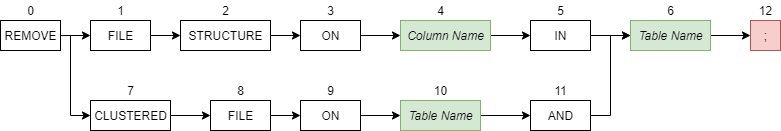
The draw.io diagram src/files/assets/helpscreen/RemoveFileStructureDiagram.png in DeliciousWaffle/MastersProject, before a commit. Source tidied: cells renumbered, new cells last; positions are measured from the earlier drawing's top-left corner, leaving out a move shared by most shapes. The source it was exported from:
```xml
<mxGraphModel>
  <root>
    <mxCell id="0" />
    <mxCell id="1" parent="0" />
    <mxCell id="2" style="edgeStyle=orthogonalEdgeStyle;rounded=0;jettySize=auto;html=1;exitX=1;exitY=0.5;exitDx=0;exitDy=0;entryX=0;entryY=0.5;entryDx=0;entryDy=0;entryPerimeter=0;" parent="1" edge="1" source="4" target="12">
      <mxGeometry relative="1" as="geometry" />
    </mxCell>
    <mxCell id="3" style="edgeStyle=orthogonalEdgeStyle;rounded=0;jettySize=auto;html=1;exitX=1;exitY=0.5;exitDx=0;exitDy=0;entryX=0;entryY=0.5;entryDx=0;entryDy=0;" parent="1" edge="1" source="4" target="27">
      <mxGeometry relative="1" as="geometry">
        <Array as="points">
          <mxPoint x="70" y="35" />
          <mxPoint x="70" y="115" />
        </Array>
      </mxGeometry>
    </mxCell>
    <mxCell id="4" value="REMOVE" style="html=1;" parent="1" vertex="1">
      <mxGeometry y="20" width="60" height="30" as="geometry" />
    </mxCell>
    <mxCell id="5" value="0" style="text;html=1;align=center;verticalAlign=middle;" parent="1" vertex="1">
      <mxGeometry x="20" width="20" height="20" as="geometry" />
    </mxCell>
    <mxCell id="6" value=";" style="html=1;fillColor=#f8cecc;strokeColor=#b85450;" parent="1" vertex="1">
      <mxGeometry x="750" y="20" width="30" height="30" as="geometry" />
    </mxCell>
    <mxCell id="7" value="12" style="text;html=1;align=center;verticalAlign=middle;" parent="1" vertex="1">
      <mxGeometry x="750" width="30" height="20" as="geometry" />
    </mxCell>
    <mxCell id="8" style="edgeStyle=orthogonalEdgeStyle;rounded=0;jettySize=auto;html=1;exitX=1;exitY=0.5;exitDx=0;exitDy=0;entryX=0;entryY=0.5;entryDx=0;entryDy=0;" parent="1" edge="1" source="9" target="22">
      <mxGeometry relative="1" as="geometry" />
    </mxCell>
    <mxCell id="9" value="&lt;i&gt;Column Name&lt;/i&gt;" style="html=1;fillColor=#d5e8d4;strokeColor=#82b366;" parent="1" vertex="1">
      <mxGeometry x="400" y="20" width="90" height="30" as="geometry" />
    </mxCell>
    <mxCell id="10" value="4" style="text;html=1;align=center;verticalAlign=middle;" parent="1" vertex="1">
      <mxGeometry x="430" width="20" height="20" as="geometry" />
    </mxCell>
    <mxCell id="11" style="edgeStyle=orthogonalEdgeStyle;rounded=0;jettySize=auto;html=1;exitX=1;exitY=0.5;exitDx=0;exitDy=0;" parent="1" edge="1" source="12" target="16">
      <mxGeometry relative="1" as="geometry" />
    </mxCell>
    <mxCell id="12" value="FILE" style="html=1;" parent="1" vertex="1">
      <mxGeometry x="90" y="20" width="60" height="30" as="geometry" />
    </mxCell>
    <mxCell id="13" style="edgeStyle=orthogonalEdgeStyle;rounded=0;jettySize=auto;html=1;exitX=1;exitY=0.5;exitDx=0;exitDy=0;entryX=0;entryY=0.5;entryDx=0;entryDy=0;" parent="1" edge="1" source="14" target="6">
      <mxGeometry relative="1" as="geometry" />
    </mxCell>
    <mxCell id="14" value="&lt;i&gt;Table Name&lt;/i&gt;" style="html=1;fillColor=#d5e8d4;strokeColor=#82b366;" parent="1" vertex="1">
      <mxGeometry x="630" y="20" width="80" height="30" as="geometry" />
    </mxCell>
    <mxCell id="15" style="edgeStyle=orthogonalEdgeStyle;rounded=0;jettySize=auto;html=1;exitX=1;exitY=0.5;exitDx=0;exitDy=0;entryX=0;entryY=0.5;entryDx=0;entryDy=0;" parent="1" edge="1" source="16" target="20">
      <mxGeometry relative="1" as="geometry" />
    </mxCell>
    <mxCell id="16" value="STRUCTURE" style="html=1;" parent="1" vertex="1">
      <mxGeometry x="180" y="20" width="90" height="30" as="geometry" />
    </mxCell>
    <mxCell id="17" value="3" style="text;html=1;align=center;verticalAlign=middle;" parent="1" vertex="1">
      <mxGeometry x="320" width="20" height="20" as="geometry" />
    </mxCell>
    <mxCell id="18" value="1" style="text;html=1;align=center;verticalAlign=middle;" parent="1" vertex="1">
      <mxGeometry x="110" width="20" height="20" as="geometry" />
    </mxCell>
    <mxCell id="19" style="edgeStyle=orthogonalEdgeStyle;rounded=0;jettySize=auto;html=1;exitX=1;exitY=0.5;exitDx=0;exitDy=0;entryX=0;entryY=0.5;entryDx=0;entryDy=0;" parent="1" edge="1" source="20" target="9">
      <mxGeometry relative="1" as="geometry" />
    </mxCell>
    <mxCell id="20" value="ON" style="html=1;" parent="1" vertex="1">
      <mxGeometry x="300" y="20" width="60" height="30" as="geometry" />
    </mxCell>
    <mxCell id="21" style="edgeStyle=orthogonalEdgeStyle;rounded=0;jettySize=auto;html=1;exitX=1;exitY=0.5;exitDx=0;exitDy=0;entryX=0;entryY=0.5;entryDx=0;entryDy=0;" parent="1" edge="1" source="22" target="14">
      <mxGeometry relative="1" as="geometry" />
    </mxCell>
    <mxCell id="22" value="IN" style="html=1;" parent="1" vertex="1">
      <mxGeometry x="530" y="20" width="60" height="30" as="geometry" />
    </mxCell>
    <mxCell id="23" value="5" style="text;html=1;align=center;verticalAlign=middle;" parent="1" vertex="1">
      <mxGeometry x="550" width="20" height="20" as="geometry" />
    </mxCell>
    <mxCell id="24" value="2" style="text;html=1;align=center;verticalAlign=middle;" parent="1" vertex="1">
      <mxGeometry x="215" width="20" height="20" as="geometry" />
    </mxCell>
    <mxCell id="25" value="6" style="text;html=1;align=center;verticalAlign=middle;" parent="1" vertex="1">
      <mxGeometry x="660" width="20" height="20" as="geometry" />
    </mxCell>
    <mxCell id="26" style="edgeStyle=orthogonalEdgeStyle;rounded=0;jettySize=auto;html=1;exitX=1;exitY=0.5;exitDx=0;exitDy=0;entryX=0;entryY=0.5;entryDx=0;entryDy=0;" parent="1" edge="1" source="27" target="30">
      <mxGeometry relative="1" as="geometry" />
    </mxCell>
    <mxCell id="27" value="CLUSTERED" style="html=1;" parent="1" vertex="1">
      <mxGeometry x="90" y="100" width="80" height="30" as="geometry" />
    </mxCell>
    <mxCell id="28" value="7" style="text;html=1;align=center;verticalAlign=middle;" parent="1" vertex="1">
      <mxGeometry x="120" y="80" width="20" height="20" as="geometry" />
    </mxCell>
    <mxCell id="29" style="edgeStyle=orthogonalEdgeStyle;rounded=0;jettySize=auto;html=1;exitX=1;exitY=0.5;exitDx=0;exitDy=0;" parent="1" edge="1" source="30" target="34">
      <mxGeometry relative="1" as="geometry" />
    </mxCell>
    <mxCell id="30" value="FILE" style="html=1;" parent="1" vertex="1">
      <mxGeometry x="210" y="100" width="60" height="30" as="geometry" />
    </mxCell>
    <mxCell id="31" value="8" style="text;html=1;align=center;verticalAlign=middle;" parent="1" vertex="1">
      <mxGeometry x="230" y="80" width="20" height="20" as="geometry" />
    </mxCell>
    <mxCell id="32" value="9" style="text;html=1;align=center;verticalAlign=middle;" parent="1" vertex="1">
      <mxGeometry x="320" y="80" width="20" height="20" as="geometry" />
    </mxCell>
    <mxCell id="33" style="edgeStyle=orthogonalEdgeStyle;rounded=0;jettySize=auto;html=1;exitX=1;exitY=0.5;exitDx=0;exitDy=0;entryX=0;entryY=0.5;entryDx=0;entryDy=0;" parent="1" edge="1" source="34" target="36">
      <mxGeometry relative="1" as="geometry" />
    </mxCell>
    <mxCell id="34" value="ON" style="html=1;" parent="1" vertex="1">
      <mxGeometry x="300" y="100" width="60" height="30" as="geometry" />
    </mxCell>
    <mxCell id="35" style="edgeStyle=orthogonalEdgeStyle;rounded=0;jettySize=auto;html=1;exitX=1;exitY=0.5;exitDx=0;exitDy=0;entryX=0;entryY=0.5;entryDx=0;entryDy=0;" parent="1" edge="1" source="36" target="39">
      <mxGeometry relative="1" as="geometry" />
    </mxCell>
    <mxCell id="36" value="&lt;i&gt;Table Name&lt;/i&gt;" style="html=1;fillColor=#d5e8d4;strokeColor=#82b366;" parent="1" vertex="1">
      <mxGeometry x="400" y="100" width="80" height="30" as="geometry" />
    </mxCell>
    <mxCell id="37" value="10" style="text;html=1;align=center;verticalAlign=middle;" parent="1" vertex="1">
      <mxGeometry x="425" y="80" width="30" height="20" as="geometry" />
    </mxCell>
    <mxCell id="38" style="edgeStyle=orthogonalEdgeStyle;rounded=0;jettySize=auto;html=1;exitX=1;exitY=0.5;exitDx=0;exitDy=0;entryX=0;entryY=0.5;entryDx=0;entryDy=0;" parent="1" edge="1" source="39" target="14">
      <mxGeometry relative="1" as="geometry" />
    </mxCell>
    <mxCell id="39" value="AND" style="html=1;" parent="1" vertex="1">
      <mxGeometry x="530" y="100" width="60" height="30" as="geometry" />
    </mxCell>
    <mxCell id="40" value="11" style="text;html=1;align=center;verticalAlign=middle;" parent="1" vertex="1">
      <mxGeometry x="545" y="80" width="30" height="20" as="geometry" />
    </mxCell>
  </root>
</mxGraphModel>
```
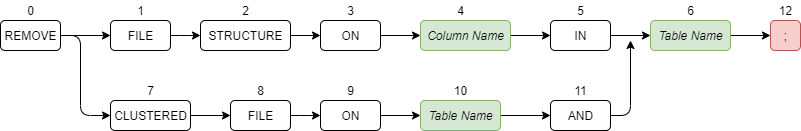
Above is the later version.

What changed in the source:
```diff
@@ -2,126 +2,128 @@
   <root>
     <mxCell id="0" />
     <mxCell id="1" parent="0" />
-    <mxCell id="2" style="edgeStyle=orthogonalEdgeStyle;rounded=0;jettySize=auto;html=1;exitX=1;exitY=0.5;exitDx=0;exitDy=0;entryX=0;entryY=0.5;entryDx=0;entryDy=0;entryPerimeter=0;" parent="1" edge="1" source="4" target="12">
+    <mxCell id="2" style="edgeStyle=orthogonalEdgeStyle;jettySize=auto;html=1;exitX=1;exitY=0.5;exitDx=0;exitDy=0;entryX=0;entryY=0.5;entryDx=0;entryDy=0;entryPerimeter=0;" parent="1" edge="1" source="4" target="12">
       <mxGeometry relative="1" as="geometry" />
     </mxCell>
-    <mxCell id="3" style="edgeStyle=orthogonalEdgeStyle;rounded=0;jettySize=auto;html=1;exitX=1;exitY=0.5;exitDx=0;exitDy=0;entryX=0;entryY=0.5;entryDx=0;entryDy=0;" parent="1" edge="1" source="4" target="27">
+    <mxCell id="3" style="edgeStyle=orthogonalEdgeStyle;jettySize=auto;html=1;exitX=1;exitY=0.5;exitDx=0;exitDy=0;entryX=0;entryY=0.5;entryDx=0;entryDy=0;" parent="1" edge="1" source="4" target="27">
       <mxGeometry relative="1" as="geometry">
         <Array as="points">
-          <mxPoint x="70" y="35" />
-          <mxPoint x="70" y="115" />
+          <mxPoint x="60" y="35" />
+          <mxPoint x="60" y="115" />
         </Array>
       </mxGeometry>
     </mxCell>
-    <mxCell id="4" value="REMOVE" style="html=1;" parent="1" vertex="1">
-      <mxGeometry y="20" width="60" height="30" as="geometry" />
+    <mxCell id="4" value="REMOVE" style="html=1;rounded=1;" parent="1" vertex="1">
+      <mxGeometry x="-20" y="20" width="60" height="30" as="geometry" />
     </mxCell>
-    <mxCell id="5" value="0" style="text;html=1;align=center;verticalAlign=middle;" parent="1" vertex="1">
-      <mxGeometry x="20" width="20" height="20" as="geometry" />
+    <mxCell id="5" value="0" style="text;html=1;align=center;verticalAlign=middle;rounded=1;" parent="1" vertex="1">
+      <mxGeometry width="20" height="20" as="geometry" />
     </mxCell>
-    <mxCell id="6" value=";" style="html=1;fillColor=#f8cecc;strokeColor=#b85450;" parent="1" vertex="1">
+    <mxCell id="6" value=";" style="html=1;fillColor=#f8cecc;strokeColor=#b85450;rounded=1;" parent="1" vertex="1">
       <mxGeometry x="750" y="20" width="30" height="30" as="geometry" />
     </mxCell>
-    <mxCell id="7" value="12" style="text;html=1;align=center;verticalAlign=middle;" parent="1" vertex="1">
+    <mxCell id="7" value="12" style="text;html=1;align=center;verticalAlign=middle;rounded=1;" parent="1" vertex="1">
       <mxGeometry x="750" width="30" height="20" as="geometry" />
     </mxCell>
-    <mxCell id="8" style="edgeStyle=orthogonalEdgeStyle;rounded=0;jettySize=auto;html=1;exitX=1;exitY=0.5;exitDx=0;exitDy=0;entryX=0;entryY=0.5;entryDx=0;entryDy=0;" parent="1" edge="1" source="9" target="22">
+    <mxCell id="8" style="edgeStyle=orthogonalEdgeStyle;jettySize=auto;html=1;exitX=1;exitY=0.5;exitDx=0;exitDy=0;entryX=0;entryY=0.5;entryDx=0;entryDy=0;" parent="1" edge="1" source="9" target="22">
       <mxGeometry relative="1" as="geometry" />
     </mxCell>
-    <mxCell id="9" value="&lt;i&gt;Column Name&lt;/i&gt;" style="html=1;fillColor=#d5e8d4;strokeColor=#82b366;" parent="1" vertex="1">
+    <mxCell id="9" value="&lt;i&gt;Column Name&lt;/i&gt;" style="html=1;fillColor=#d5e8d4;strokeColor=#82b366;rounded=1;" parent="1" vertex="1">
       <mxGeometry x="400" y="20" width="90" height="30" as="geometry" />
     </mxCell>
-    <mxCell id="10" value="4" style="text;html=1;align=center;verticalAlign=middle;" parent="1" vertex="1">
+    <mxCell id="10" value="4" style="text;html=1;align=center;verticalAlign=middle;rounded=1;" parent="1" vertex="1">
       <mxGeometry x="430" width="20" height="20" as="geometry" />
     </mxCell>
-    <mxCell id="11" style="edgeStyle=orthogonalEdgeStyle;rounded=0;jettySize=auto;html=1;exitX=1;exitY=0.5;exitDx=0;exitDy=0;" parent="1" edge="1" source="12" target="16">
+    <mxCell id="11" style="edgeStyle=orthogonalEdgeStyle;jettySize=auto;html=1;exitX=1;exitY=0.5;exitDx=0;exitDy=0;" parent="1" edge="1" source="12" target="16">
       <mxGeometry relative="1" as="geometry" />
     </mxCell>
-    <mxCell id="12" value="FILE" style="html=1;" parent="1" vertex="1">
+    <mxCell id="12" value="FILE" style="html=1;rounded=1;" parent="1" vertex="1">
       <mxGeometry x="90" y="20" width="60" height="30" as="geometry" />
     </mxCell>
-    <mxCell id="13" style="edgeStyle=orthogonalEdgeStyle;rounded=0;jettySize=auto;html=1;exitX=1;exitY=0.5;exitDx=0;exitDy=0;entryX=0;entryY=0.5;entryDx=0;entryDy=0;" parent="1" edge="1" source="14" target="6">
+    <mxCell id="13" style="edgeStyle=orthogonalEdgeStyle;jettySize=auto;html=1;exitX=1;exitY=0.5;exitDx=0;exitDy=0;entryX=0;entryY=0.5;entryDx=0;entryDy=0;" parent="1" edge="1" source="14" target="6">
       <mxGeometry relative="1" as="geometry" />
     </mxCell>
-    <mxCell id="14" value="&lt;i&gt;Table Name&lt;/i&gt;" style="html=1;fillColor=#d5e8d4;strokeColor=#82b366;" parent="1" vertex="1">
+    <mxCell id="14" value="&lt;i&gt;Table Name&lt;/i&gt;" style="html=1;fillColor=#d5e8d4;strokeColor=#82b366;rounded=1;" parent="1" vertex="1">
       <mxGeometry x="630" y="20" width="80" height="30" as="geometry" />
     </mxCell>
-    <mxCell id="15" style="edgeStyle=orthogonalEdgeStyle;rounded=0;jettySize=auto;html=1;exitX=1;exitY=0.5;exitDx=0;exitDy=0;entryX=0;entryY=0.5;entryDx=0;entryDy=0;" parent="1" edge="1" source="16" target="20">
+    <mxCell id="15" style="edgeStyle=orthogonalEdgeStyle;jettySize=auto;html=1;exitX=1;exitY=0.5;exitDx=0;exitDy=0;entryX=0;entryY=0.5;entryDx=0;entryDy=0;" parent="1" edge="1" source="16" target="20">
       <mxGeometry relative="1" as="geometry" />
     </mxCell>
-    <mxCell id="16" value="STRUCTURE" style="html=1;" parent="1" vertex="1">
+    <mxCell id="16" value="STRUCTURE" style="html=1;rounded=1;" parent="1" vertex="1">
       <mxGeometry x="180" y="20" width="90" height="30" as="geometry" />
     </mxCell>
-    <mxCell id="17" value="3" style="text;html=1;align=center;verticalAlign=middle;" parent="1" vertex="1">
+    <mxCell id="17" value="3" style="text;html=1;align=center;verticalAlign=middle;rounded=1;" parent="1" vertex="1">
       <mxGeometry x="320" width="20" height="20" as="geometry" />
     </mxCell>
-    <mxCell id="18" value="1" style="text;html=1;align=center;verticalAlign=middle;" parent="1" vertex="1">
+    <mxCell id="18" value="1" style="text;html=1;align=center;verticalAlign=middle;rounded=1;" parent="1" vertex="1">
       <mxGeometry x="110" width="20" height="20" as="geometry" />
     </mxCell>
-    <mxCell id="19" style="edgeStyle=orthogonalEdgeStyle;rounded=0;jettySize=auto;html=1;exitX=1;exitY=0.5;exitDx=0;exitDy=0;entryX=0;entryY=0.5;entryDx=0;entryDy=0;" parent="1" edge="1" source="20" target="9">
+    <mxCell id="19" style="edgeStyle=orthogonalEdgeStyle;jettySize=auto;html=1;exitX=1;exitY=0.5;exitDx=0;exitDy=0;entryX=0;entryY=0.5;entryDx=0;entryDy=0;" parent="1" edge="1" source="20" target="9">
       <mxGeometry relative="1" as="geometry" />
     </mxCell>
-    <mxCell id="20" value="ON" style="html=1;" parent="1" vertex="1">
+    <mxCell id="20" value="ON" style="html=1;rounded=1;" parent="1" vertex="1">
       <mxGeometry x="300" y="20" width="60" height="30" as="geometry" />
     </mxCell>
-    <mxCell id="21" style="edgeStyle=orthogonalEdgeStyle;rounded=0;jettySize=auto;html=1;exitX=1;exitY=0.5;exitDx=0;exitDy=0;entryX=0;entryY=0.5;entryDx=0;entryDy=0;" parent="1" edge="1" source="22" target="14">
+    <mxCell id="21" style="edgeStyle=orthogonalEdgeStyle;jettySize=auto;html=1;exitX=1;exitY=0.5;exitDx=0;exitDy=0;entryX=0;entryY=0.5;entryDx=0;entryDy=0;" parent="1" edge="1" source="22" target="14">
       <mxGeometry relative="1" as="geometry" />
     </mxCell>
-    <mxCell id="22" value="IN" style="html=1;" parent="1" vertex="1">
+    <mxCell id="22" value="IN" style="html=1;rounded=1;" parent="1" vertex="1">
       <mxGeometry x="530" y="20" width="60" height="30" as="geometry" />
     </mxCell>
-    <mxCell id="23" value="5" style="text;html=1;align=center;verticalAlign=middle;" parent="1" vertex="1">
+    <mxCell id="23" value="5" style="text;html=1;align=center;verticalAlign=middle;rounded=1;" parent="1" vertex="1">
       <mxGeometry x="550" width="20" height="20" as="geometry" />
     </mxCell>
-    <mxCell id="24" value="2" style="text;html=1;align=center;verticalAlign=middle;" parent="1" vertex="1">
+    <mxCell id="24" value="2" style="text;html=1;align=center;verticalAlign=middle;rounded=1;" parent="1" vertex="1">
       <mxGeometry x="215" width="20" height="20" as="geometry" />
     </mxCell>
-    <mxCell id="25" value="6" style="text;html=1;align=center;verticalAlign=middle;" parent="1" vertex="1">
+    <mxCell id="25" value="6" style="text;html=1;align=center;verticalAlign=middle;rounded=1;" parent="1" vertex="1">
       <mxGeometry x="660" width="20" height="20" as="geometry" />
     </mxCell>
-    <mxCell id="26" style="edgeStyle=orthogonalEdgeStyle;rounded=0;jettySize=auto;html=1;exitX=1;exitY=0.5;exitDx=0;exitDy=0;entryX=0;entryY=0.5;entryDx=0;entryDy=0;" parent="1" edge="1" source="27" target="30">
+    <mxCell id="26" style="edgeStyle=orthogonalEdgeStyle;jettySize=auto;html=1;exitX=1;exitY=0.5;exitDx=0;exitDy=0;entryX=0;entryY=0.5;entryDx=0;entryDy=0;" parent="1" edge="1" source="27" target="30">
       <mxGeometry relative="1" as="geometry" />
     </mxCell>
-    <mxCell id="27" value="CLUSTERED" style="html=1;" parent="1" vertex="1">
+    <mxCell id="27" value="CLUSTERED" style="html=1;rounded=1;" parent="1" vertex="1">
       <mxGeometry x="90" y="100" width="80" height="30" as="geometry" />
     </mxCell>
-    <mxCell id="28" value="7" style="text;html=1;align=center;verticalAlign=middle;" parent="1" vertex="1">
+    <mxCell id="28" value="7" style="text;html=1;align=center;verticalAlign=middle;rounded=1;" parent="1" vertex="1">
       <mxGeometry x="120" y="80" width="20" height="20" as="geometry" />
     </mxCell>
-    <mxCell id="29" style="edgeStyle=orthogonalEdgeStyle;rounded=0;jettySize=auto;html=1;exitX=1;exitY=0.5;exitDx=0;exitDy=0;" parent="1" edge="1" source="30" target="34">
+    <mxCell id="29" style="edgeStyle=orthogonalEdgeStyle;jettySize=auto;html=1;exitX=1;exitY=0.5;exitDx=0;exitDy=0;" parent="1" edge="1" source="30" target="34">
       <mxGeometry relative="1" as="geometry" />
     </mxCell>
-    <mxCell id="30" value="FILE" style="html=1;" parent="1" vertex="1">
+    <mxCell id="30" value="FILE" style="html=1;rounded=1;" parent="1" vertex="1">
       <mxGeometry x="210" y="100" width="60" height="30" as="geometry" />
     </mxCell>
-    <mxCell id="31" value="8" style="text;html=1;align=center;verticalAlign=middle;" parent="1" vertex="1">
+    <mxCell id="31" value="8" style="text;html=1;align=center;verticalAlign=middle;rounded=1;" parent="1" vertex="1">
       <mxGeometry x="230" y="80" width="20" height="20" as="geometry" />
     </mxCell>
-    <mxCell id="32" value="9" style="text;html=1;align=center;verticalAlign=middle;" parent="1" vertex="1">
+    <mxCell id="32" value="9" style="text;html=1;align=center;verticalAlign=middle;rounded=1;" parent="1" vertex="1">
       <mxGeometry x="320" y="80" width="20" height="20" as="geometry" />
     </mxCell>
-    <mxCell id="33" style="edgeStyle=orthogonalEdgeStyle;rounded=0;jettySize=auto;html=1;exitX=1;exitY=0.5;exitDx=0;exitDy=0;entryX=0;entryY=0.5;entryDx=0;entryDy=0;" parent="1" edge="1" source="34" target="36">
+    <mxCell id="33" style="edgeStyle=orthogonalEdgeStyle;jettySize=auto;html=1;exitX=1;exitY=0.5;exitDx=0;exitDy=0;entryX=0;entryY=0.5;entryDx=0;entryDy=0;" parent="1" edge="1" source="34" target="36">
       <mxGeometry relative="1" as="geometry" />
     </mxCell>
-    <mxCell id="34" value="ON" style="html=1;" parent="1" vertex="1">
+    <mxCell id="34" value="ON" style="html=1;rounded=1;" parent="1" vertex="1">
       <mxGeometry x="300" y="100" width="60" height="30" as="geometry" />
     </mxCell>
-    <mxCell id="35" style="edgeStyle=orthogonalEdgeStyle;rounded=0;jettySize=auto;html=1;exitX=1;exitY=0.5;exitDx=0;exitDy=0;entryX=0;entryY=0.5;entryDx=0;entryDy=0;" parent="1" edge="1" source="36" target="39">
+    <mxCell id="35" style="edgeStyle=orthogonalEdgeStyle;jettySize=auto;html=1;exitX=1;exitY=0.5;exitDx=0;exitDy=0;entryX=0;entryY=0.5;entryDx=0;entryDy=0;" parent="1" edge="1" source="36" target="39">
       <mxGeometry relative="1" as="geometry" />
     </mxCell>
-    <mxCell id="36" value="&lt;i&gt;Table Name&lt;/i&gt;" style="html=1;fillColor=#d5e8d4;strokeColor=#82b366;" parent="1" vertex="1">
+    <mxCell id="36" value="&lt;i&gt;Table Name&lt;/i&gt;" style="html=1;fillColor=#d5e8d4;strokeColor=#82b366;rounded=1;" parent="1" vertex="1">
       <mxGeometry x="400" y="100" width="80" height="30" as="geometry" />
     </mxCell>
-    <mxCell id="37" value="10" style="text;html=1;align=center;verticalAlign=middle;" parent="1" vertex="1">
+    <mxCell id="37" value="10" style="text;html=1;align=center;verticalAlign=middle;rounded=1;" parent="1" vertex="1">
       <mxGeometry x="425" y="80" width="30" height="20" as="geometry" />
     </mxCell>
-    <mxCell id="38" style="edgeStyle=orthogonalEdgeStyle;rounded=0;jettySize=auto;html=1;exitX=1;exitY=0.5;exitDx=0;exitDy=0;entryX=0;entryY=0.5;entryDx=0;entryDy=0;" parent="1" edge="1" source="39" target="14">
-      <mxGeometry relative="1" as="geometry" />
+    <mxCell id="38" style="edgeStyle=orthogonalEdgeStyle;jettySize=auto;html=1;exitX=1;exitY=0.5;exitDx=0;exitDy=0;" parent="1" edge="1" source="39">
+      <mxGeometry relative="1" as="geometry">
+        <mxPoint x="610" y="40" as="targetPoint" />
+      </mxGeometry>
     </mxCell>
-    <mxCell id="39" value="AND" style="html=1;" parent="1" vertex="1">
+    <mxCell id="39" value="AND" style="html=1;rounded=1;" parent="1" vertex="1">
       <mxGeometry x="530" y="100" width="60" height="30" as="geometry" />
     </mxCell>
-    <mxCell id="40" value="11" style="text;html=1;align=center;verticalAlign=middle;" parent="1" vertex="1">
+    <mxCell id="40" value="11" style="text;html=1;align=center;verticalAlign=middle;rounded=1;" parent="1" vertex="1">
       <mxGeometry x="545" y="80" width="30" height="20" as="geometry" />
     </mxCell>
   </root>
```
